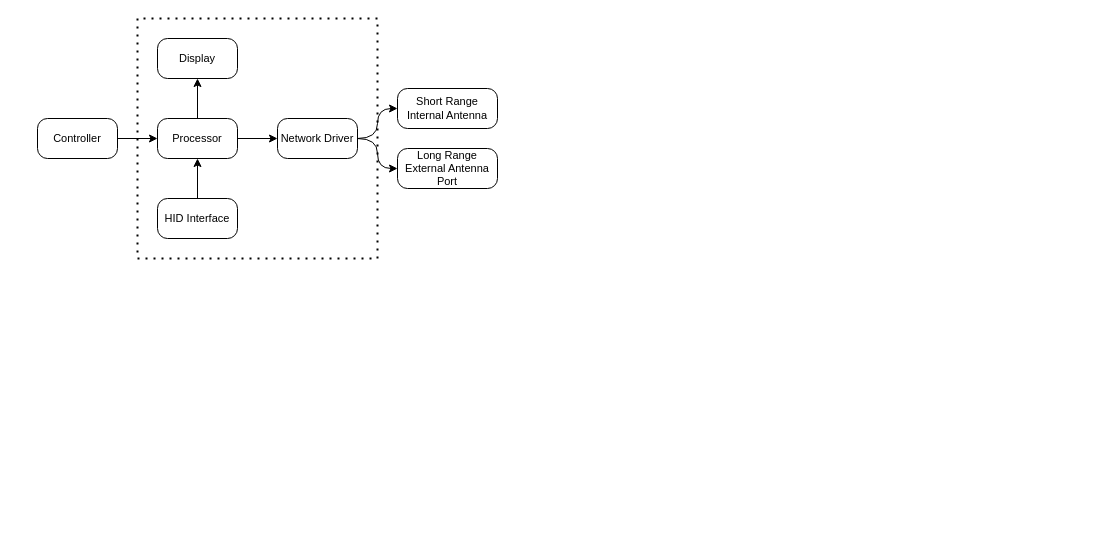
The draw.io diagram page "Brainstorm" (2 of 2) of Documents/Diagram.drawio in Ornithopter-Project/Base-Station, before the edit. Source tidied: cells renumbered, new cells numbered last; positions are measured from the earlier drawing's top-left corner, leaving out a move shared by most shapes. Both pictures are drawn from the tidied source at 100%, with x=0, y=0 at pixel (37, 18).
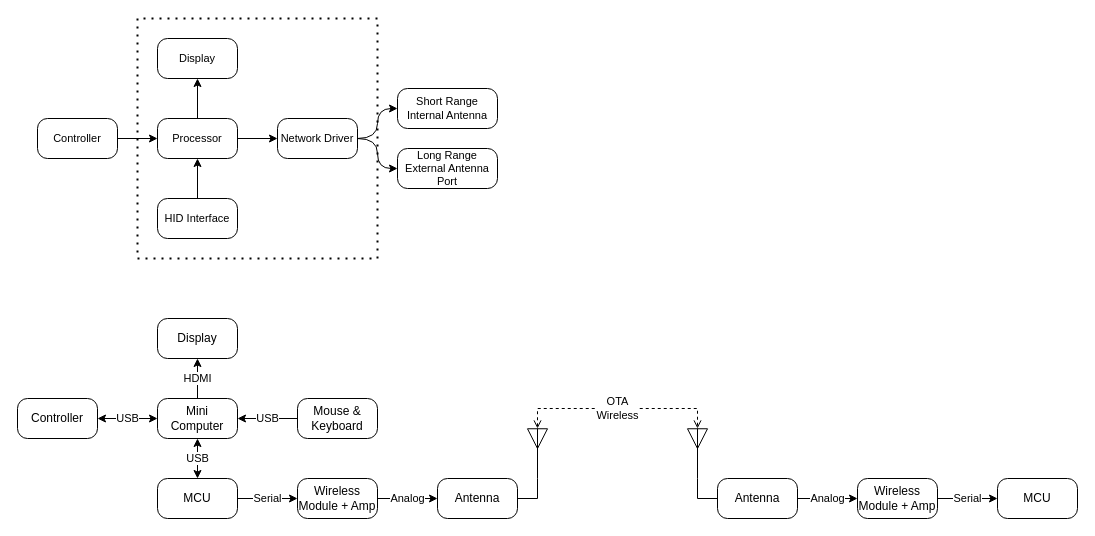
Above is the later version.

Commit message:
Added Possible hardware configuration

Change to the diagram source:
```diff
@@
+    <mxCell id="16" value="HDMI" style="edgeStyle=orthogonalEdgeStyle;rounded=0;jettySize=auto;html=1;exitX=0.5;exitY=0;exitDx=0;exitDy=0;entryX=0.5;entryY=1;entryDx=0;entryDy=0;" parent="1" edge="1" source="17" target="18">
+      <mxGeometry relative="1" as="geometry" />
+    </mxCell>
+    <mxCell id="17" value="Mini Computer" style="rounded=1;whiteSpace=wrap;html=1;absoluteArcSize=1;" parent="1" vertex="1">
+      <mxGeometry x="120" y="380" width="80" height="40" as="geometry" />
+    </mxCell>
+    <mxCell id="18" value="Display" style="rounded=1;whiteSpace=wrap;html=1;absoluteArcSize=1;" parent="1" vertex="1">
+      <mxGeometry x="120" y="300" width="80" height="40" as="geometry" />
+    </mxCell>
+    <mxCell id="19" value="USB" style="edgeStyle=orthogonalEdgeStyle;rounded=0;jettySize=auto;html=1;exitX=0.5;exitY=0;exitDx=0;exitDy=0;entryX=0.5;entryY=1;entryDx=0;entryDy=0;startArrow=classic;startFill=1;" parent="1" edge="1" source="21" target="17">
+      <mxGeometry relative="1" as="geometry" />
+    </mxCell>
+    <mxCell id="20" value="Serial" style="edgeStyle=orthogonalEdgeStyle;rounded=0;jettySize=auto;html=1;exitX=1;exitY=0.5;exitDx=0;exitDy=0;entryX=0;entryY=0.5;entryDx=0;entryDy=0;" parent="1" edge="1" source="21" target="25">
+      <mxGeometry relative="1" as="geometry" />
+    </mxCell>
+    <mxCell id="21" value="MCU" style="rounded=1;whiteSpace=wrap;html=1;absoluteArcSize=1;" parent="1" vertex="1">
+      <mxGeometry x="120" y="460" width="80" height="40" as="geometry" />
+    </mxCell>
+    <mxCell id="22" value="USB" style="edgeStyle=orthogonalEdgeStyle;rounded=0;jettySize=auto;html=1;exitX=1;exitY=0.5;exitDx=0;exitDy=0;entryX=0;entryY=0.5;entryDx=0;entryDy=0;startArrow=classic;startFill=1;" parent="1" edge="1" source="23" target="17">
+      <mxGeometry relative="1" as="geometry" />
+    </mxCell>
+    <mxCell id="23" value="Controller" style="rounded=1;whiteSpace=wrap;html=1;absoluteArcSize=1;" parent="1" vertex="1">
+      <mxGeometry x="-20" y="380" width="80" height="40" as="geometry" />
+    </mxCell>
+    <mxCell id="24" value="Analog" style="edgeStyle=orthogonalEdgeStyle;rounded=0;jettySize=auto;html=1;exitX=1;exitY=0.5;exitDx=0;exitDy=0;entryX=0;entryY=0.5;entryDx=0;entryDy=0;" parent="1" edge="1" source="25" target="26">
+      <mxGeometry relative="1" as="geometry" />
+    </mxCell>
+    <mxCell id="25" value="Wireless Module + Amp" style="rounded=1;whiteSpace=wrap;html=1;absoluteArcSize=1;" parent="1" vertex="1">
+      <mxGeometry x="260" y="460" width="80" height="40" as="geometry" />
+    </mxCell>
+    <mxCell id="26" value="Antenna" style="rounded=1;whiteSpace=wrap;html=1;absoluteArcSize=1;" parent="1" vertex="1">
+      <mxGeometry x="400" y="460" width="80" height="40" as="geometry" />
+    </mxCell>
+    <mxCell id="27" value="USB" style="edgeStyle=orthogonalEdgeStyle;rounded=0;jettySize=auto;html=1;exitX=0;exitY=0.5;exitDx=0;exitDy=0;entryX=1;entryY=0.5;entryDx=0;entryDy=0;" parent="1" edge="1" source="28" target="17">
+      <mxGeometry relative="1" as="geometry" />
+    </mxCell>
+    <mxCell id="28" value="Mouse &amp;amp; Keyboard" style="rounded=1;whiteSpace=wrap;html=1;absoluteArcSize=1;" parent="1" vertex="1">
+      <mxGeometry x="260" y="380" width="80" height="40" as="geometry" />
+    </mxCell>
+    <mxCell id="29" style="verticalLabelPosition=bottom;shadow=0;dashed=0;align=center;html=1;verticalAlign=top;shape=mxgraph.electrical.radio.aerial_-_antenna_2;" parent="1" vertex="1">
+      <mxGeometry x="490" y="410" width="20" height="50" as="geometry" />
+    </mxCell>
+    <mxCell id="30" style="edgeStyle=orthogonalEdgeStyle;rounded=0;jettySize=auto;html=1;exitX=1;exitY=0.5;exitDx=0;exitDy=0;entryX=0.5;entryY=1;entryDx=0;entryDy=0;entryPerimeter=0;endArrow=none;endFill=0;" parent="1" edge="1" source="26" target="29">
+      <mxGeometry relative="1" as="geometry" />
+    </mxCell>
+    <mxCell id="31" value="Serial" style="edgeStyle=orthogonalEdgeStyle;rounded=0;jettySize=auto;html=1;exitX=0;exitY=0.5;exitDx=0;exitDy=0;entryX=1;entryY=0.5;entryDx=0;entryDy=0;endArrow=none;endFill=0;startArrow=classic;startFill=1;" parent="1" edge="1" source="32" target="34">
+      <mxGeometry relative="1" as="geometry" />
+    </mxCell>
+    <mxCell id="32" value="MCU" style="rounded=1;whiteSpace=wrap;html=1;absoluteArcSize=1;" parent="1" vertex="1">
+      <mxGeometry x="960" y="460" width="80" height="40" as="geometry" />
+    </mxCell>
+    <mxCell id="33" value="Analog" style="edgeStyle=orthogonalEdgeStyle;rounded=0;jettySize=auto;html=1;exitX=0;exitY=0.5;exitDx=0;exitDy=0;entryX=1;entryY=0.5;entryDx=0;entryDy=0;endArrow=none;endFill=0;startArrow=classic;startFill=1;" parent="1" edge="1" source="34" target="35">
+      <mxGeometry relative="1" as="geometry" />
+    </mxCell>
+    <mxCell id="34" value="Wireless Module + Amp" style="rounded=1;whiteSpace=wrap;html=1;absoluteArcSize=1;" parent="1" vertex="1">
+      <mxGeometry x="820" y="460" width="80" height="40" as="geometry" />
+    </mxCell>
+    <mxCell id="35" value="Antenna" style="rounded=1;whiteSpace=wrap;html=1;absoluteArcSize=1;" parent="1" vertex="1">
+      <mxGeometry x="680" y="460" width="80" height="40" as="geometry" />
+    </mxCell>
+    <mxCell id="36" style="edgeStyle=orthogonalEdgeStyle;rounded=0;jettySize=auto;html=1;exitX=0;exitY=0.5;exitDx=0;exitDy=0;entryX=0.5;entryY=1;entryDx=0;entryDy=0;entryPerimeter=0;endArrow=none;endFill=0;" parent="1" edge="1" source="35" target="37">
+      <mxGeometry relative="1" as="geometry" />
+    </mxCell>
+    <mxCell id="37" style="verticalLabelPosition=bottom;shadow=0;dashed=0;align=center;html=1;verticalAlign=top;shape=mxgraph.electrical.radio.aerial_-_antenna_2;" parent="1" vertex="1">
+      <mxGeometry x="650" y="410" width="20" height="50" as="geometry" />
+    </mxCell>
+    <mxCell id="38" value="OTA&lt;div&gt;Wireless&lt;/div&gt;" style="edgeStyle=orthogonalEdgeStyle;rounded=0;jettySize=auto;html=1;exitX=0.5;exitY=0;exitDx=0;exitDy=0;exitPerimeter=0;entryX=0.5;entryY=0;entryDx=0;entryDy=0;entryPerimeter=0;startArrow=open;startFill=0;endArrow=open;endFill=0;dashed=1;flowAnimation=1;" parent="1" edge="1" source="29" target="37">
+      <mxGeometry relative="1" as="geometry" />
+    </mxCell>
```
